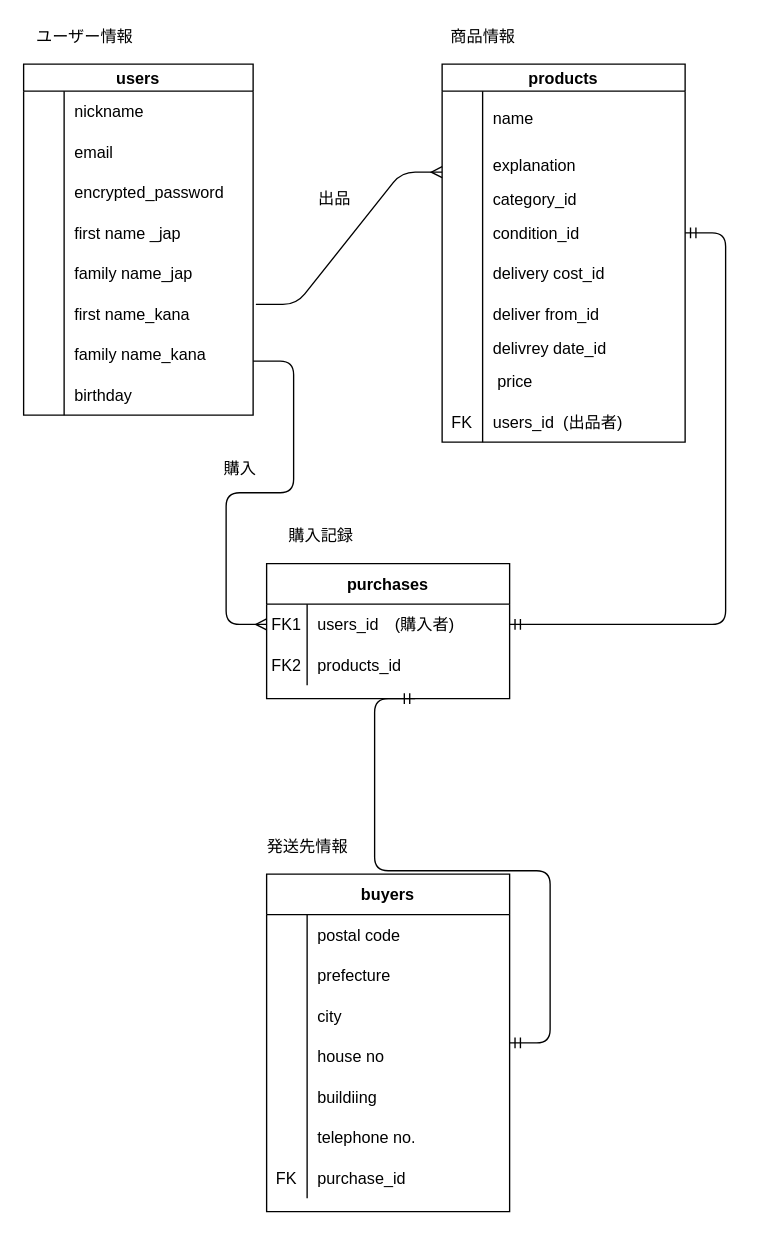
naushika-gif/furima-33835 keeps this draw.io diagram as ER.dio. Above is the earlier version. Source tidied: cells renumbered, new cells numbered last; positions are measured from the earlier drawing's top-left corner, leaving out a move shared by most shapes. Both pictures are drawn from the tidied source at 135%, with x=0, y=0 at pixel (23, 23).
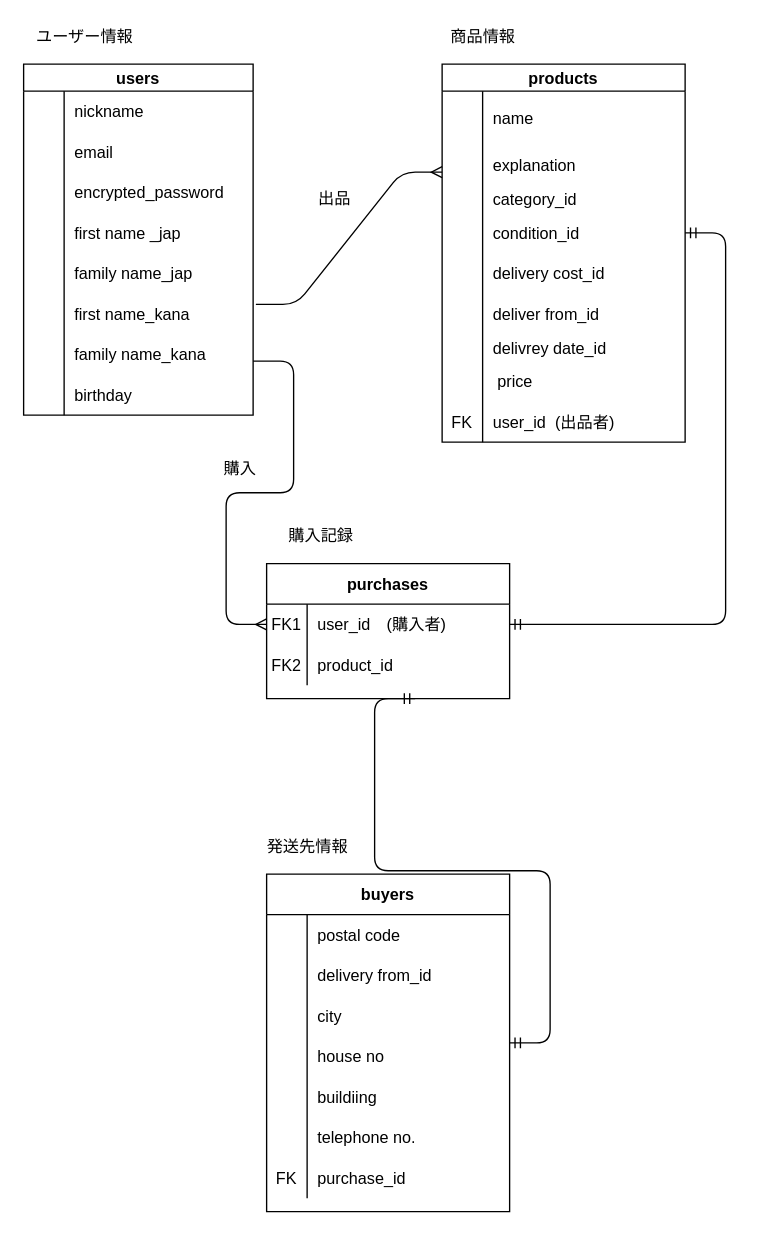
The same diagram, later.

The change refers to these unchanged cells:
```xml
<mxCell id="27" style="shape=partialRectangle;fillColor=none;top=0;left=0;bottom=0;right=0;" parent="2" vertex="1">
  <mxGeometry y="250" width="180" height="30" as="geometry" />
</mxCell>
<mxCell id="56" style="shape=partialRectangle;fillColor=none;top=0;left=0;bottom=0;right=0;points=[[0,0.5],[1,0.5]];portConstraint=eastwest;" parent="55" vertex="1">
  <mxGeometry y="30" width="180" height="30" as="geometry" />
</mxCell>
<mxCell id="59" style="shape=partialRectangle;fillColor=none;top=0;left=0;bottom=0;right=0;" parent="55" vertex="1">
  <mxGeometry y="60" width="180" height="30" as="geometry" />
</mxCell>
<mxCell id="66" style="shape=partialRectangle;fillColor=none;top=0;left=0;bottom=0;right=0;" parent="62" vertex="1">
  <mxGeometry y="60" width="180" height="30" as="geometry" />
</mxCell>
```

What changed in the source:
```diff
@@
-    <mxCell id="29" value="users_id  (出品者)" style="shape=partialRectangle;fillColor=none;top=0;left=0;bottom=0;right=0;align=left;spacingLeft=6;overflow=hidden;" parent="27" vertex="1">
+    <mxCell id="29" value="user_id  (出品者)" style="shape=partialRectangle;fillColor=none;top=0;left=0;bottom=0;right=0;align=left;spacingLeft=6;overflow=hidden;" parent="27" vertex="1">
       <mxGeometry x="30" width="150" height="30" as="geometry" />
     </mxCell>
@@
-    <mxCell id="58" value="users_id　(購入者)" style="shape=partialRectangle;fillColor=none;top=0;left=0;bottom=0;right=0;align=left;spacingLeft=6;overflow=hidden;" parent="56" vertex="1">
+    <mxCell id="58" value="user_id　(購入者)" style="shape=partialRectangle;fillColor=none;top=0;left=0;bottom=0;right=0;align=left;spacingLeft=6;overflow=hidden;" parent="56" vertex="1">
       <mxGeometry x="30" width="150" height="30" as="geometry" />
     </mxCell>
@@
-    <mxCell id="61" value="products_id" style="shape=partialRectangle;fillColor=none;top=0;left=0;bottom=0;right=0;align=left;spacingLeft=6;overflow=hidden;" parent="59" vertex="1">
+    <mxCell id="61" value="product_id" style="shape=partialRectangle;fillColor=none;top=0;left=0;bottom=0;right=0;align=left;spacingLeft=6;overflow=hidden;" parent="59" vertex="1">
       <mxGeometry x="30" width="150" height="30" as="geometry" />
     </mxCell>
@@
-    <mxCell id="68" value="prefecture" style="shape=partialRectangle;fillColor=none;top=0;left=0;bottom=0;right=0;align=left;spacingLeft=6;overflow=hidden;" parent="66" vertex="1">
+    <mxCell id="68" value="delivery from_id" style="shape=partialRectangle;fillColor=none;top=0;left=0;bottom=0;right=0;align=left;spacingLeft=6;overflow=hidden;" parent="66" vertex="1">
       <mxGeometry x="30" width="150" height="30" as="geometry" />
     </mxCell>
```
